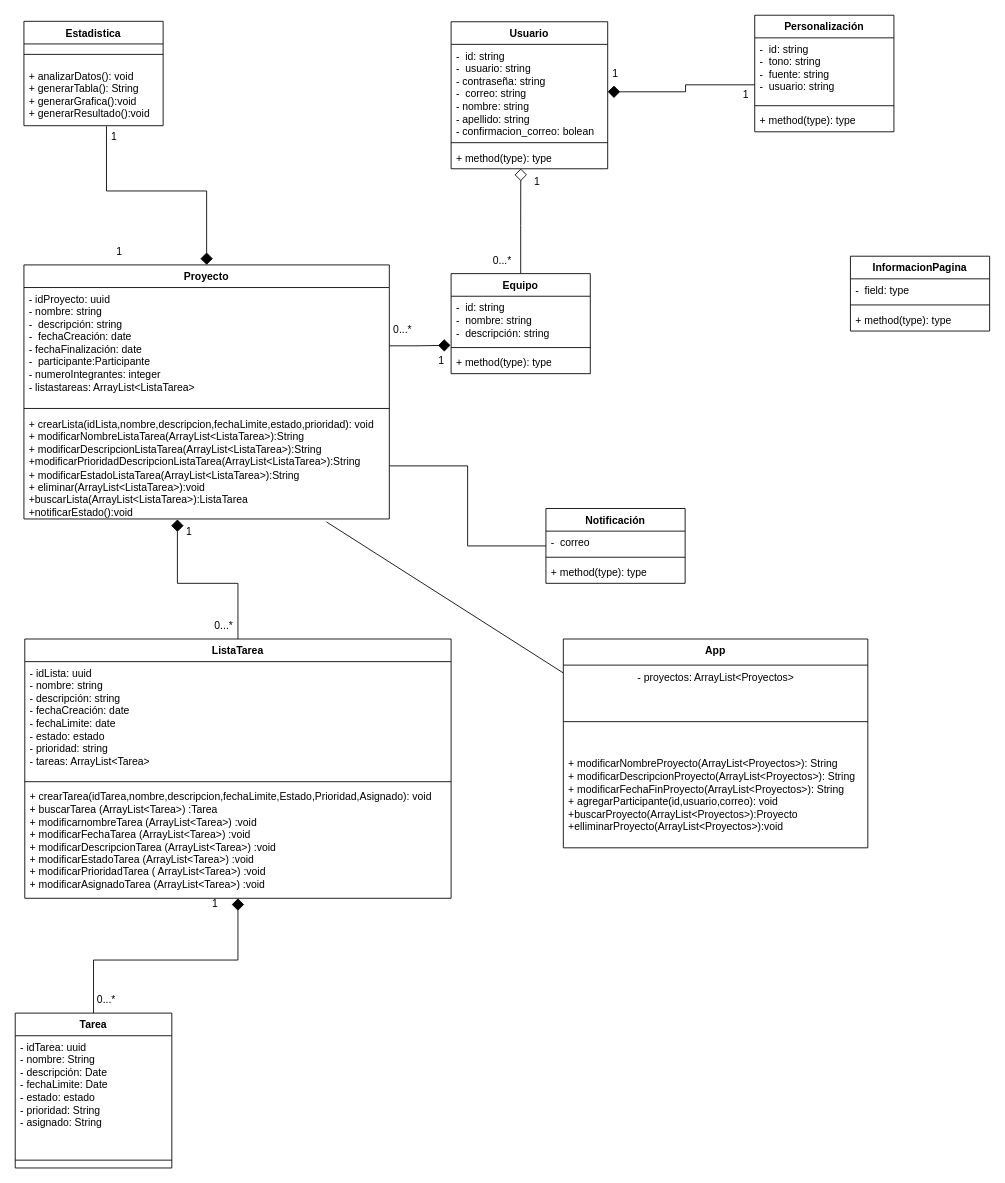
Above: page "DiagramaClases8a" (16 of 16) of CoTasker_BoundedContext.drawio in Migue1409-KP/DOO-working-group (draw.io), before the change. Source tidied: cells renumbered, new cells numbered last; positions are measured from the earlier drawing's top-left corner, leaving out a move shared by most shapes. Both pictures are drawn from the tidied source at 87%, with x=0, y=0 at pixel (15, 15).
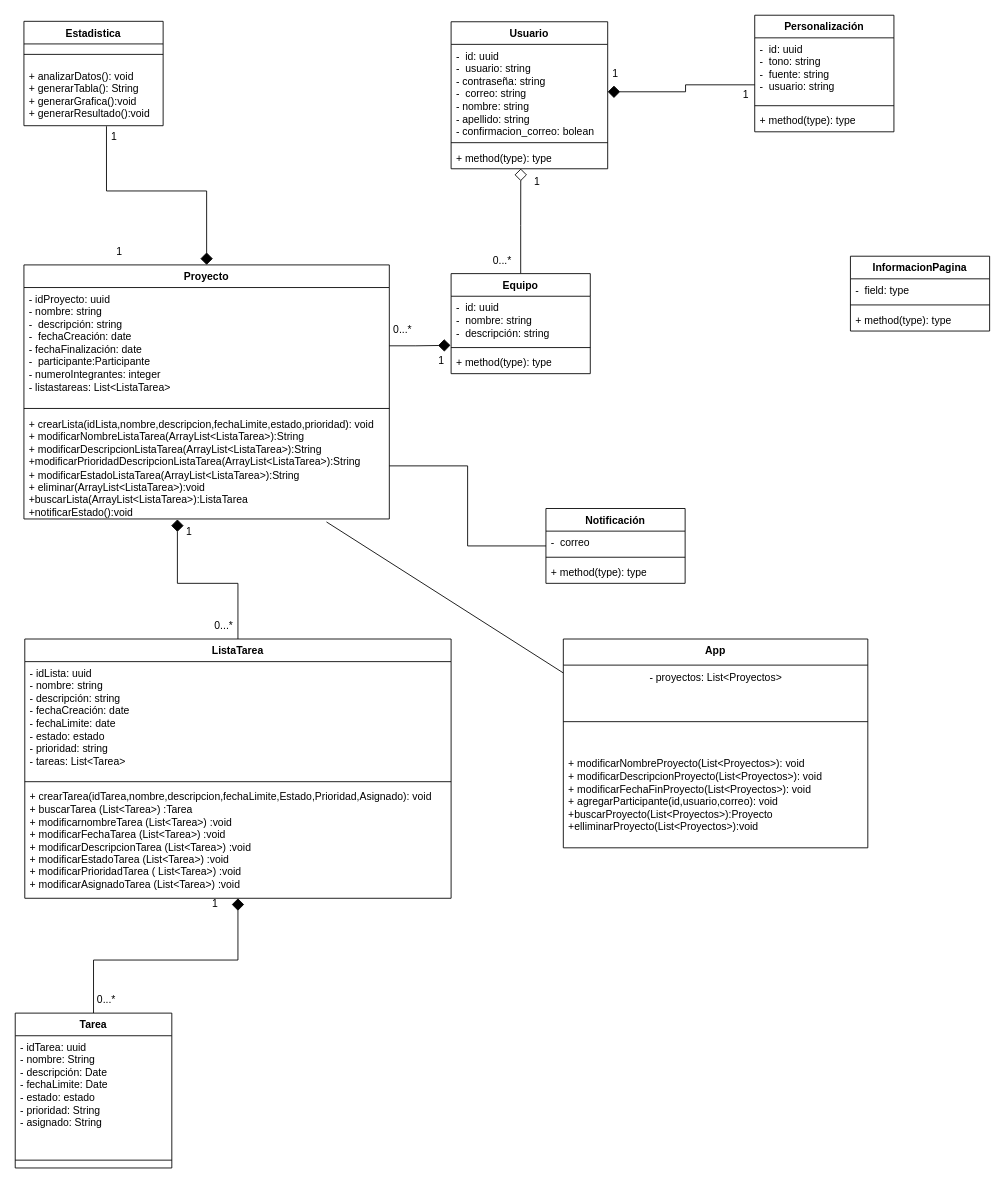
The same page after the edit.

Commit message:
actualizacion del diagrama de clases

The change refers to these unchanged cells:
```xml
<mxCell id="2" value="Usuario" style="swimlane;fontStyle=1;align=center;verticalAlign=top;horizontal=1;startSize=26;whiteSpace=wrap;html=1;" parent="1" vertex="1">
  <mxGeometry x="501" y="7.5" width="180" height="169" as="geometry" />
</mxCell>
<mxCell id="7" value="ListaTarea" style="swimlane;fontStyle=1;align=center;verticalAlign=top;horizontal=1;startSize=26;whiteSpace=wrap;html=1;" parent="1" vertex="1">
  <mxGeometry x="11" y="717" width="490" height="298" as="geometry" />
</mxCell>
<mxCell id="12" value="Proyecto" style="swimlane;fontStyle=1;align=center;verticalAlign=top;horizontal=1;startSize=26;whiteSpace=wrap;html=1;" parent="1" vertex="1">
  <mxGeometry x="10" y="287" width="420" height="292" as="geometry" />
</mxCell>
<mxCell id="24" value="Personalización" style="swimlane;fontStyle=1;align=center;verticalAlign=top;horizontal=1;startSize=26;whiteSpace=wrap;html=1;" parent="1" vertex="1">
  <mxGeometry x="850" width="160" height="134" as="geometry" />
</mxCell>
<mxCell id="29" value="Equipo" style="swimlane;fontStyle=1;align=center;verticalAlign=top;horizontal=1;startSize=26;whiteSpace=wrap;html=1;" parent="1" vertex="1">
  <mxGeometry x="501" y="297" width="160" height="115" as="geometry" />
</mxCell>
<mxCell id="56" value="App" style="swimlane;fontStyle=1;align=center;verticalAlign=top;horizontal=1;startSize=30;whiteSpace=wrap;html=1;" parent="1" vertex="1">
  <mxGeometry x="630" y="717" width="350" height="240" as="geometry" />
</mxCell>
```

The edit, as a diff of the source:
```diff
@@
-    <mxCell id="3" value="-&amp;nbsp;&amp;nbsp;id: string&lt;br&gt;-&amp;nbsp;&amp;nbsp;usuario: string&lt;br&gt;- contraseña: string&lt;br&gt;-&amp;nbsp;&amp;nbsp;correo: string&lt;br&gt;- nombre: string&lt;br&gt;- apellido: string&lt;br&gt;- confirmacion_correo: bolean" style="text;strokeColor=none;fillColor=none;align=left;verticalAlign=top;spacingLeft=4;spacingRight=4;overflow=hidden;points=[[0,0.5],[1,0.5]];portConstraint=eastwest;whiteSpace=wrap;html=1;" parent="2" vertex="1">
+    <mxCell id="3" value="-&amp;nbsp;&amp;nbsp;id: uuid&lt;br&gt;-&amp;nbsp;&amp;nbsp;usuario: string&lt;br&gt;- contraseña: string&lt;br&gt;-&amp;nbsp;&amp;nbsp;correo: string&lt;br&gt;- nombre: string&lt;br&gt;- apellido: string&lt;br&gt;- confirmacion_correo: bolean" style="text;strokeColor=none;fillColor=none;align=left;verticalAlign=top;spacingLeft=4;spacingRight=4;overflow=hidden;points=[[0,0.5],[1,0.5]];portConstraint=eastwest;whiteSpace=wrap;html=1;" parent="2" vertex="1">
       <mxGeometry y="26" width="180" height="109" as="geometry" />
     </mxCell>
@@
-    <mxCell id="8" value="- idLista: uuid&lt;br style=&quot;border-color: var(--border-color);&quot;&gt;- nombre: string&lt;br style=&quot;border-color: var(--border-color);&quot;&gt;- descripción: string&lt;br style=&quot;border-color: var(--border-color);&quot;&gt;- fechaCreación: date&lt;br style=&quot;border-color: var(--border-color);&quot;&gt;- fechaLimite: date&lt;br style=&quot;border-color: var(--border-color);&quot;&gt;-&amp;nbsp;estado: estado&lt;br&gt;- prioridad: string&lt;br&gt;- tareas: ArrayList&amp;lt;Tarea&amp;gt;" style="text;strokeColor=none;fillColor=none;align=left;verticalAlign=top;spacingLeft=4;spacingRight=4;overflow=hidden;whiteSpace=wrap;html=1;" parent="7" vertex="1">
+    <mxCell id="8" value="- idLista: uuid&lt;br style=&quot;border-color: var(--border-color);&quot;&gt;- nombre: string&lt;br style=&quot;border-color: var(--border-color);&quot;&gt;- descripción: string&lt;br style=&quot;border-color: var(--border-color);&quot;&gt;- fechaCreación: date&lt;br style=&quot;border-color: var(--border-color);&quot;&gt;- fechaLimite: date&lt;br style=&quot;border-color: var(--border-color);&quot;&gt;-&amp;nbsp;estado: estado&lt;br&gt;- prioridad: string&lt;br&gt;- tareas: List&amp;lt;Tarea&amp;gt;" style="text;strokeColor=none;fillColor=none;align=left;verticalAlign=top;spacingLeft=4;spacingRight=4;overflow=hidden;whiteSpace=wrap;html=1;" parent="7" vertex="1">
       <mxGeometry y="26" width="490" height="134" as="geometry" />
     </mxCell>
@@
-    <mxCell id="10" value="+ crearTarea(idTarea,nombre,descripcion,fechaLimite,Estado,Prioridad,Asignado): void&lt;br&gt;+ buscarTarea (ArrayList&amp;lt;Tarea&amp;gt;) :Tarea&lt;br&gt;+ modificarnombreTarea (ArrayList&amp;lt;Tarea&amp;gt;) :void&lt;br&gt;+ modificarFechaTarea (ArrayList&amp;lt;Tarea&amp;gt;) :void&lt;br&gt;+ modificarDescripcionTarea (ArrayList&amp;lt;Tarea&amp;gt;) :void&lt;br&gt;+ modificarEstadoTarea (ArrayList&amp;lt;Tarea&amp;gt;) :void&lt;br&gt;+ modificarPrioridadTarea ( ArrayList&amp;lt;Tarea&amp;gt;) :void&lt;br&gt;+ modificarAsignadoTarea (ArrayList&amp;lt;Tarea&amp;gt;) :void" style="text;strokeColor=none;fillColor=none;align=left;verticalAlign=top;spacingLeft=4;spacingRight=4;overflow=hidden;points=[[0,0.5],[1,0.5]];portConstraint=eastwest;whiteSpace=wrap;html=1;" parent="7" vertex="1">
+    <mxCell id="10" value="+ crearTarea(idTarea,nombre,descripcion,fechaLimite,Estado,Prioridad,Asignado): void&lt;br&gt;+ buscarTarea (List&amp;lt;Tarea&amp;gt;) :Tarea&lt;br&gt;+ modificarnombreTarea (List&amp;lt;Tarea&amp;gt;) :void&lt;br&gt;+ modificarFechaTarea (List&amp;lt;Tarea&amp;gt;) :void&lt;br&gt;+ modificarDescripcionTarea (List&amp;lt;Tarea&amp;gt;) :void&lt;br&gt;+ modificarEstadoTarea (List&amp;lt;Tarea&amp;gt;) :void&lt;br&gt;+ modificarPrioridadTarea ( List&amp;lt;Tarea&amp;gt;) :void&lt;br&gt;+ modificarAsignadoTarea (List&amp;lt;Tarea&amp;gt;) :void" style="text;strokeColor=none;fillColor=none;align=left;verticalAlign=top;spacingLeft=4;spacingRight=4;overflow=hidden;points=[[0,0.5],[1,0.5]];portConstraint=eastwest;whiteSpace=wrap;html=1;" parent="7" vertex="1">
       <mxGeometry y="168" width="490" height="130" as="geometry" />
     </mxCell>
@@
-    <mxCell id="13" value="- idProyecto: uuid&lt;br style=&quot;border-color: var(--border-color);&quot;&gt;-&amp;nbsp;nombre: string&lt;br style=&quot;border-color: var(--border-color);&quot;&gt;-&amp;nbsp;&amp;nbsp;descripción: string&lt;br style=&quot;border-color: var(--border-color);&quot;&gt;-&amp;nbsp;&amp;nbsp;fechaCreación: date&lt;br&gt;-&amp;nbsp;fechaFinalización: date&lt;br&gt;-&amp;nbsp;&amp;nbsp;participante:Participante&amp;nbsp;&lt;br&gt;-&amp;nbsp;numeroIntegrantes: integer&lt;br&gt;- listastareas: ArrayList&amp;lt;ListaTarea&amp;gt;" style="text;strokeColor=none;fillColor=none;align=left;verticalAlign=top;spacingLeft=4;spacingRight=4;overflow=hidden;points=[[0,0.5],[1,0.5]];portConstraint=eastwest;whiteSpace=wrap;html=1;" parent="12" vertex="1">
+    <mxCell id="13" value="- idProyecto: uuid&lt;br style=&quot;border-color: var(--border-color);&quot;&gt;-&amp;nbsp;nombre: string&lt;br style=&quot;border-color: var(--border-color);&quot;&gt;-&amp;nbsp;&amp;nbsp;descripción: string&lt;br style=&quot;border-color: var(--border-color);&quot;&gt;-&amp;nbsp;&amp;nbsp;fechaCreación: date&lt;br&gt;-&amp;nbsp;fechaFinalización: date&lt;br&gt;-&amp;nbsp;&amp;nbsp;participante:Participante&amp;nbsp;&lt;br&gt;-&amp;nbsp;numeroIntegrantes: integer&lt;br&gt;- listastareas: List&amp;lt;ListaTarea&amp;gt;" style="text;strokeColor=none;fillColor=none;align=left;verticalAlign=top;spacingLeft=4;spacingRight=4;overflow=hidden;points=[[0,0.5],[1,0.5]];portConstraint=eastwest;whiteSpace=wrap;html=1;" parent="12" vertex="1">
       <mxGeometry y="26" width="420" height="134" as="geometry" />
     </mxCell>
@@
-    <mxCell id="25" value="-&amp;nbsp;&amp;nbsp;id: string&lt;br&gt;-&amp;nbsp;&amp;nbsp;tono: string&lt;br&gt;-&amp;nbsp;&amp;nbsp;fuente: string&lt;br&gt;-&amp;nbsp;&amp;nbsp;usuario: string" style="text;strokeColor=none;fillColor=none;align=left;verticalAlign=top;spacingLeft=4;spacingRight=4;overflow=hidden;points=[[0,0.5],[1,0.5]];portConstraint=eastwest;whiteSpace=wrap;html=1;" parent="24" vertex="1">
+    <mxCell id="25" value="-&amp;nbsp;&amp;nbsp;id: uuid&lt;br&gt;-&amp;nbsp;&amp;nbsp;tono: string&lt;br&gt;-&amp;nbsp;&amp;nbsp;fuente: string&lt;br&gt;-&amp;nbsp;&amp;nbsp;usuario: string" style="text;strokeColor=none;fillColor=none;align=left;verticalAlign=top;spacingLeft=4;spacingRight=4;overflow=hidden;points=[[0,0.5],[1,0.5]];portConstraint=eastwest;whiteSpace=wrap;html=1;" parent="24" vertex="1">
       <mxGeometry y="26" width="160" height="74" as="geometry" />
     </mxCell>
@@
-    <mxCell id="30" value="-&amp;nbsp;&amp;nbsp;id: string&lt;br&gt;-&amp;nbsp;&amp;nbsp;nombre: string&lt;br&gt;-&amp;nbsp;&amp;nbsp;descripción: string" style="text;strokeColor=none;fillColor=none;align=left;verticalAlign=top;spacingLeft=4;spacingRight=4;overflow=hidden;points=[[0,0.5],[1,0.5]];portConstraint=eastwest;whiteSpace=wrap;html=1;" parent="29" vertex="1">
+    <mxCell id="30" value="-&amp;nbsp;&amp;nbsp;id: uuid&lt;br&gt;-&amp;nbsp;&amp;nbsp;nombre: string&lt;br&gt;-&amp;nbsp;&amp;nbsp;descripción: string" style="text;strokeColor=none;fillColor=none;align=left;verticalAlign=top;spacingLeft=4;spacingRight=4;overflow=hidden;points=[[0,0.5],[1,0.5]];portConstraint=eastwest;whiteSpace=wrap;html=1;" parent="29" vertex="1">
       <mxGeometry y="26" width="160" height="55" as="geometry" />
     </mxCell>
@@
-    <mxCell id="57" value="- proyectos: ArrayList&amp;lt;Proyectos&amp;gt;" style="text;html=1;align=center;verticalAlign=middle;strokeColor=none;fillColor=none;" parent="56" vertex="1">
+    <mxCell id="57" value="- proyectos: List&amp;lt;Proyectos&amp;gt;" style="text;html=1;align=center;verticalAlign=middle;strokeColor=none;fillColor=none;" parent="56" vertex="1">
       <mxGeometry y="30" width="350" height="30" as="geometry" />
     </mxCell>
@@
-    <mxCell id="59" value="+ modificarNombreProyecto(ArrayList&amp;lt;Proyectos&amp;gt;): String&lt;br&gt;+ modificarDescripcionProyecto(ArrayList&amp;lt;Proyectos&amp;gt;): String&lt;br&gt;+ modificarFechaFinProyecto(ArrayList&amp;lt;Proyectos&amp;gt;): String&lt;br&gt;+ agregarParticipante(id,usuario,correo): void&lt;br&gt;+buscarProyecto(ArrayList&amp;lt;Proyectos&amp;gt;):Proyecto&lt;br&gt;+elliminarProyecto(ArrayList&amp;lt;Proyectos&amp;gt;):void" style="text;strokeColor=none;fillColor=none;align=left;verticalAlign=top;spacingLeft=4;spacingRight=4;overflow=hidden;whiteSpace=wrap;html=1;" parent="56" vertex="1">
+    <mxCell id="59" value="+ modificarNombreProyecto(List&amp;lt;Proyectos&amp;gt;): void&lt;br&gt;+ modificarDescripcionProyecto(List&amp;lt;Proyectos&amp;gt;): void&lt;br&gt;+ modificarFechaFinProyecto(List&amp;lt;Proyectos&amp;gt;): void&lt;br&gt;+ agregarParticipante(id,usuario,correo): void&lt;br&gt;+buscarProyecto(List&amp;lt;Proyectos&amp;gt;):Proyecto&lt;br&gt;+elliminarProyecto(List&amp;lt;Proyectos&amp;gt;):void" style="text;strokeColor=none;fillColor=none;align=left;verticalAlign=top;spacingLeft=4;spacingRight=4;overflow=hidden;whiteSpace=wrap;html=1;" parent="56" vertex="1">
       <mxGeometry y="130" width="350" height="110" as="geometry" />
     </mxCell>
```
